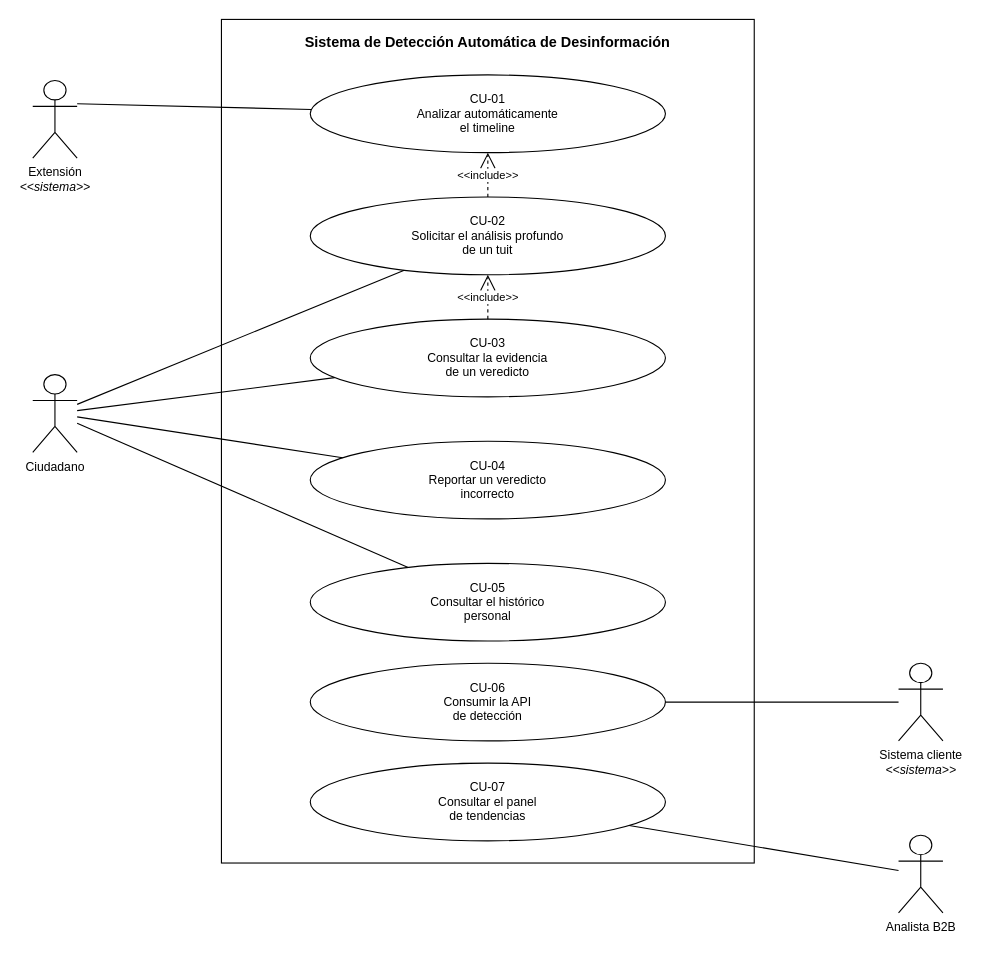
Before: wiki/assets/diagramas/casos-de-uso.drawio in martinnbejarano/PFI-Wiki, a draw.io diagram. Source tidied: cells renumbered, new cells numbered last; positions are measured from the earlier drawing's top-left corner, leaving out a move shared by most shapes. Both pictures are drawn from the tidied source at 111%, with x=0, y=0 at pixel (32, 19).
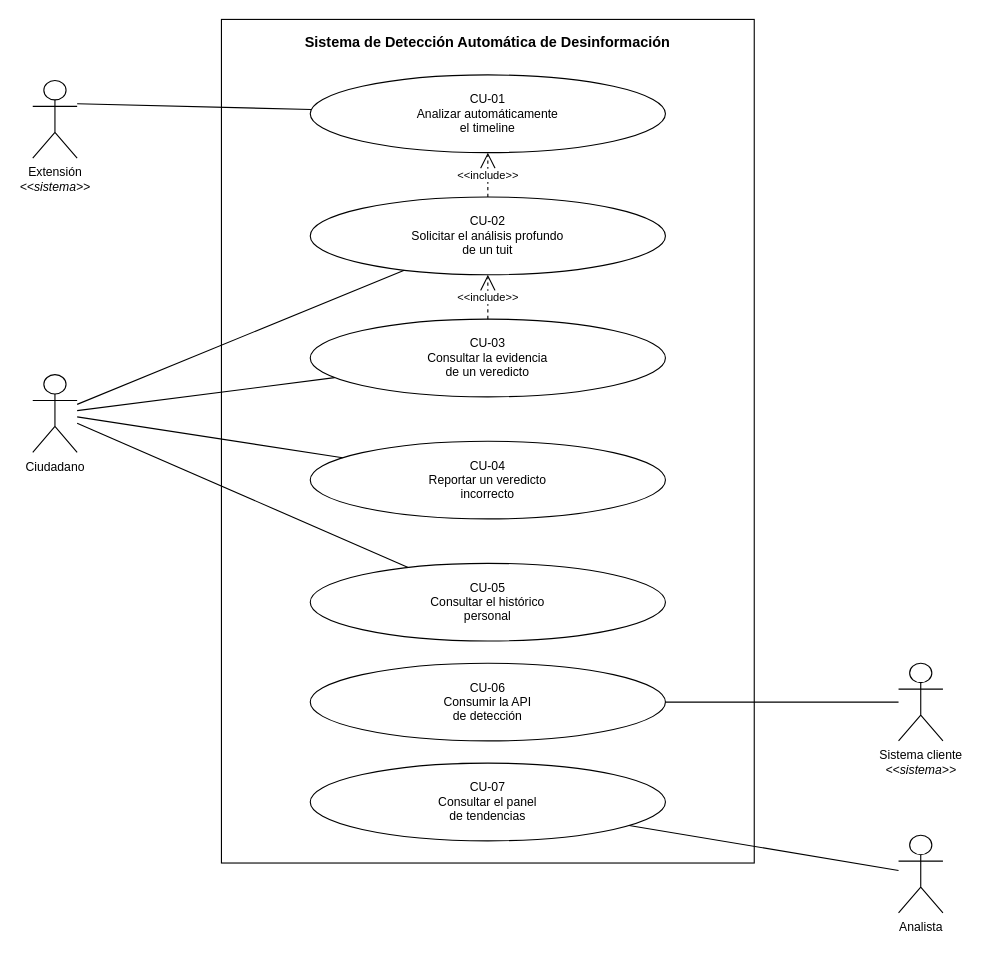
Above is the later version.

What changed in the source:
```diff
@@
-    <mxCell id="13" value="Analista B2B" style="shape=umlActor;verticalLabelPosition=bottom;verticalAlign=top;html=1;outlineConnect=0;fontSize=11;" parent="1" vertex="1">
+    <mxCell id="13" value="Analista" style="shape=umlActor;verticalLabelPosition=bottom;verticalAlign=top;html=1;outlineConnect=0;fontSize=11;" parent="1" vertex="1">
       <mxGeometry x="780" y="735" width="40" height="70" as="geometry" />
     </mxCell>
```
